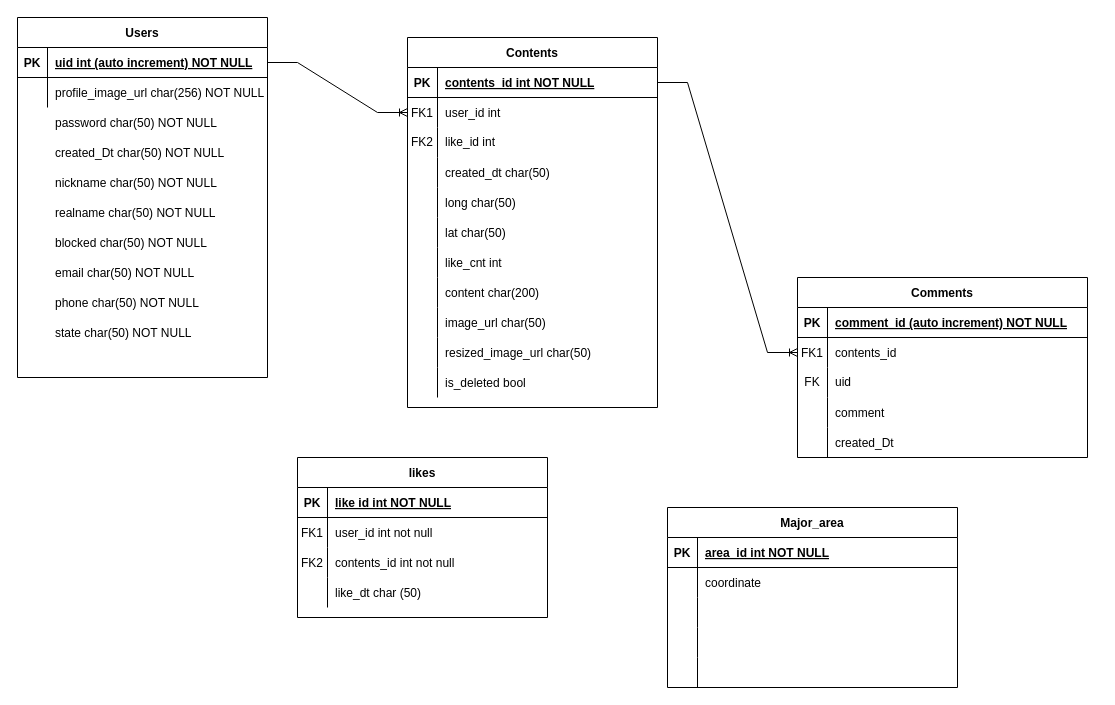
SangDoJoong/nostalgic-space-api keeps this draw.io diagram as nostel_wireframe_based_v0.drawio. Above is the earlier version. Source tidied: cells renumbered, new cells numbered last; positions are measured from the earlier drawing's top-left corner, leaving out a move shared by most shapes. Both pictures are drawn from the tidied source at 100%, with x=0, y=0 at pixel (17, 17).
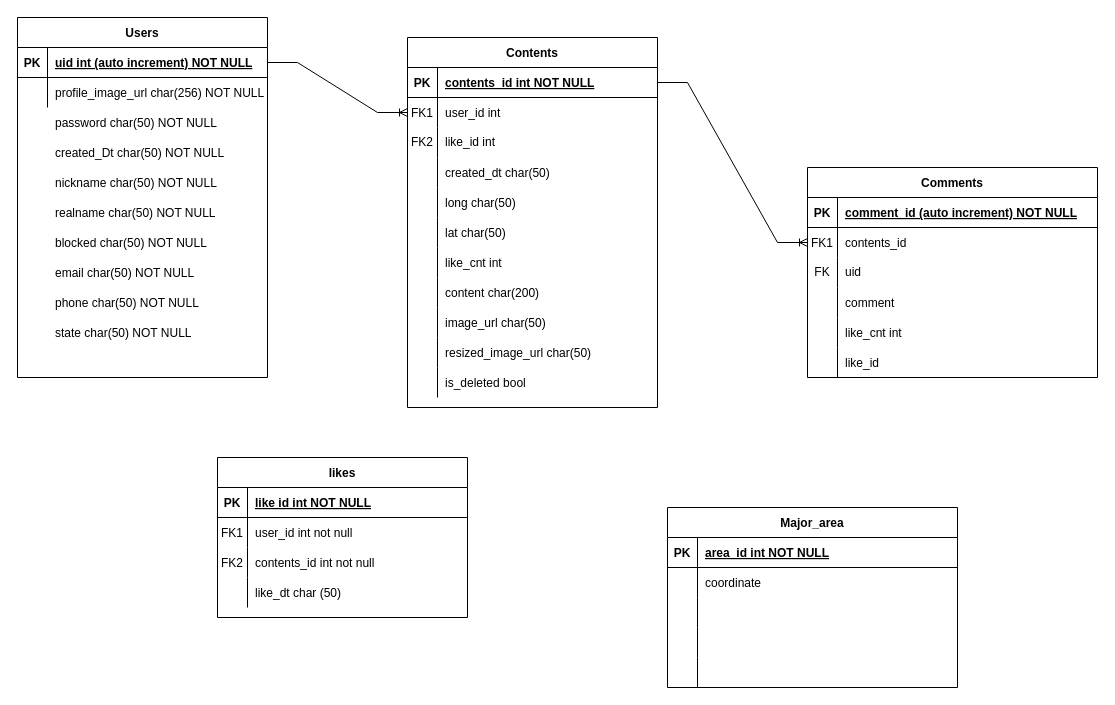
The same diagram, later.

Unchanged cells that the change refers to:
```xml
<mxCell id="77" style="shape=tableRow;horizontal=0;startSize=0;swimlaneHead=0;swimlaneBody=0;fillColor=none;top=0;left=0;right=0;bottom=0;" parent="64" vertex="1">
  <mxGeometry y="150" width="290" height="30" as="geometry" />
</mxCell>
```

Change to the diagram source:
```diff
@@
     <mxCell id="36" value="likes" style="shape=table;startSize=30;childLayout=tableLayout;rowLines=0;fontStyle=1;align=center;" parent="1" vertex="1">
-      <mxGeometry x="280" y="440" width="250" height="160" as="geometry" />
+      <mxGeometry x="200" y="440" width="250" height="160" as="geometry" />
     </mxCell>
@@
     <mxCell id="64" value="Comments" style="shape=table;startSize=30;childLayout=tableLayout;rowLines=0;fontStyle=1;align=center;" parent="1" vertex="1">
-      <mxGeometry x="780" y="260" width="290" height="180" as="geometry" />
+      <mxGeometry x="790" y="150" width="290" height="210" as="geometry" />
     </mxCell>
@@
-    <mxCell id="78" style="shape=partialRectangle;fillColor=none;top=0;left=0;bottom=0;right=0;overflow=hidden;" parent="77" vertex="1">
-      <mxGeometry width="30" height="30" as="geometry" />
-    </mxCell>
-    <mxCell id="79" value="created_Dt" style="shape=partialRectangle;fillColor=none;top=0;left=0;bottom=0;right=0;align=left;spacingLeft=6;overflow=hidden;" parent="77" vertex="1">
-      <mxGeometry x="30" width="260" height="30" as="geometry" />
-    </mxCell>
+    <mxCell id="98" style="shape=partialRectangle;fillColor=none;top=0;left=0;bottom=0;right=0;overflow=hidden;" parent="77" vertex="1">
+      <mxGeometry width="30" height="30" as="geometry" />
+    </mxCell>
+    <mxCell id="99" value="like_cnt int" style="shape=partialRectangle;fillColor=none;top=0;left=0;bottom=0;right=0;align=left;spacingLeft=6;overflow=hidden;" parent="77" vertex="1">
+      <mxGeometry x="30" width="260" height="30" as="geometry" />
+    </mxCell>
+    <mxCell id="100" style="shape=tableRow;horizontal=0;startSize=0;swimlaneHead=0;swimlaneBody=0;fillColor=none;top=0;left=0;right=0;bottom=0;" parent="64" vertex="1">
+      <mxGeometry y="180" width="290" height="30" as="geometry" />
+    </mxCell>
+    <mxCell id="101" style="shape=partialRectangle;fillColor=none;top=0;left=0;bottom=0;right=0;overflow=hidden;" parent="100" vertex="1">
+      <mxGeometry width="30" height="30" as="geometry" />
+    </mxCell>
+    <mxCell id="102" value="like_id" style="shape=partialRectangle;fillColor=none;top=0;left=0;bottom=0;right=0;align=left;spacingLeft=6;overflow=hidden;" parent="100" vertex="1">
+      <mxGeometry x="30" width="260" height="30" as="geometry" />
+    </mxCell>
```
